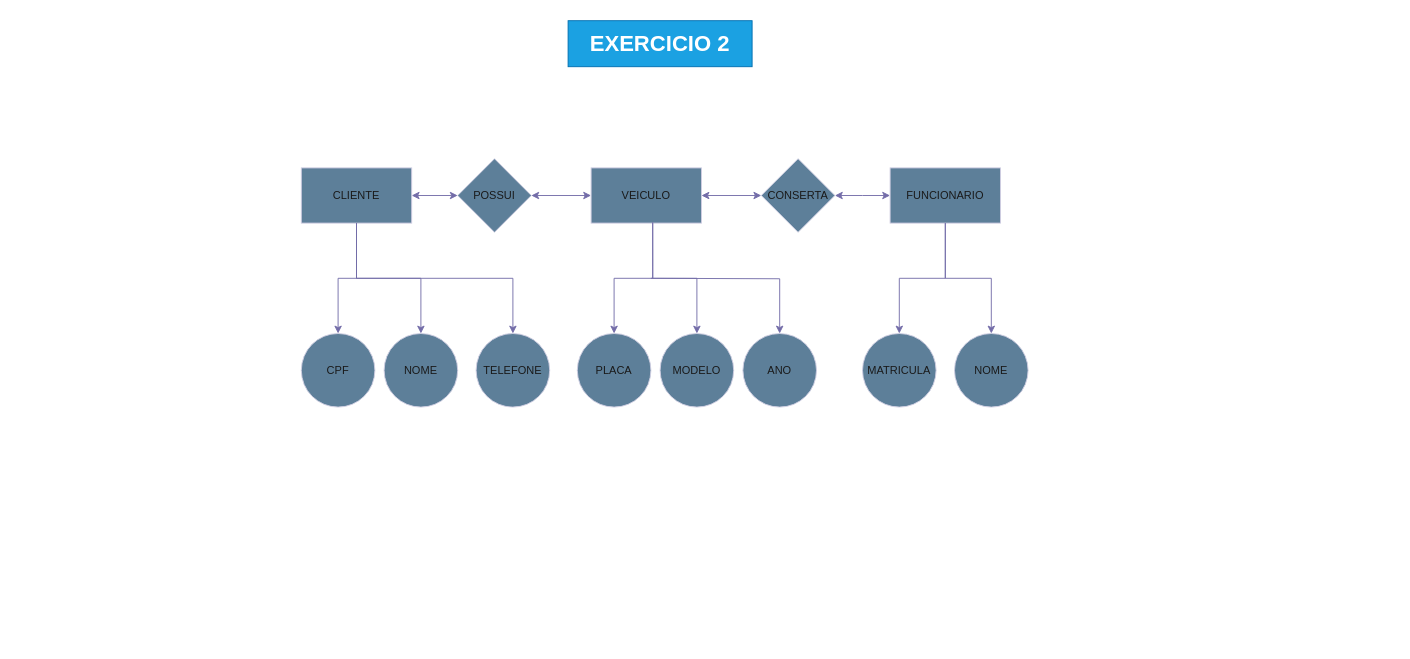
Before: ModelagemComDrawio/LOJA_DE_VEICULO.drawio in CesarAugustoNew/Administrador-banco-de-dados, a draw.io diagram. Source tidied: cells renumbered, new cells numbered last; positions are measured from the earlier drawing's top-left corner, leaving out a move shared by most shapes. Both pictures are drawn from the tidied source at 92%, with x=0, y=0 at pixel (301, 20).
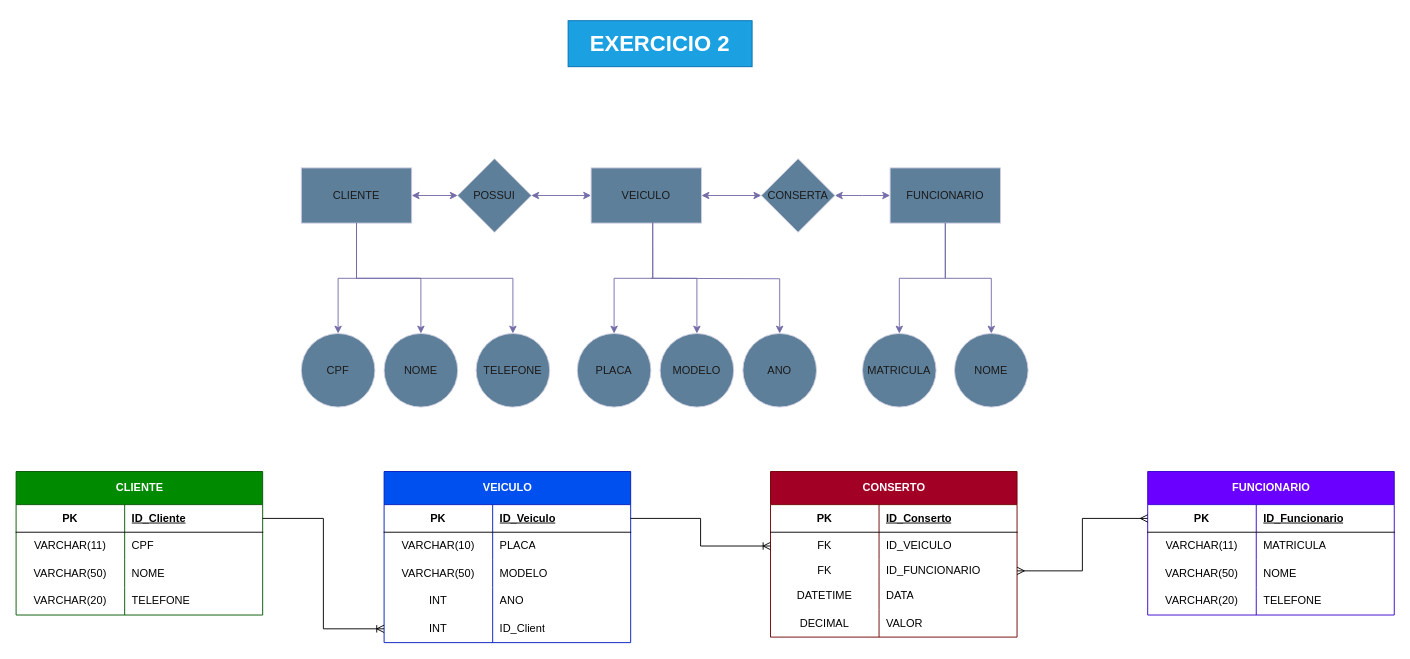
The same page after the edit.

Change to the diagram source:
```diff
@@
+    <mxCell id="28" value="CLIENTE" style="shape=table;startSize=36;childLayout=tableLayout;rowLines=0;fontStyle=1;align=center;html=1;fillColor=#008a00;fontColor=#ffffff;strokeColor=#005700;miterlimit=4;" parent="1" vertex="1">
+      <mxGeometry x="-310" y="490" width="268" height="156" as="geometry" />
+    </mxCell>
+    <mxCell id="29" style="shape=tableRow;horizontal=0;startSize=0;swimlaneHead=0;swimlaneBody=0;fillColor=none;points=[[0,0.5],[1,0.5]];portConstraint=eastwest;top=0;left=0;right=0;bottom=1;" parent="28" vertex="1">
+      <mxGeometry y="36" width="268" height="30" as="geometry" />
+    </mxCell>
+    <mxCell id="30" value="PK" style="shape=partialRectangle;fillColor=none;top=0;left=0;bottom=0;right=0;fontStyle=1;overflow=hidden;whiteSpace=wrap;html=1;" parent="29" vertex="1">
+      <mxGeometry width="118" height="30" as="geometry" />
+    </mxCell>
+    <mxCell id="31" value="ID_Cliente" style="shape=partialRectangle;fillColor=none;top=0;left=0;bottom=0;right=0;align=left;spacingLeft=6;fontStyle=5;overflow=hidden;whiteSpace=wrap;html=1;" parent="29" vertex="1">
+      <mxGeometry x="118" width="150" height="30" as="geometry" />
+    </mxCell>
+    <mxCell id="32" style="shape=tableRow;horizontal=0;startSize=0;swimlaneHead=0;swimlaneBody=0;fillColor=none;top=0;left=0;right=0;bottom=0;" parent="28" vertex="1">
+      <mxGeometry y="66" width="268" height="30" as="geometry" />
+    </mxCell>
+    <mxCell id="33" value="VARCHAR(11)" style="shape=partialRectangle;fillColor=none;top=0;left=0;bottom=0;right=0;overflow=hidden;whiteSpace=wrap;html=1;" parent="32" vertex="1">
+      <mxGeometry width="118" height="30" as="geometry" />
+    </mxCell>
+    <mxCell id="34" value="CPF" style="shape=partialRectangle;fillColor=none;top=0;left=0;bottom=0;right=0;align=left;spacingLeft=6;overflow=hidden;whiteSpace=wrap;html=1;" parent="32" vertex="1">
+      <mxGeometry x="118" width="150" height="30" as="geometry" />
+    </mxCell>
+    <mxCell id="35" style="shape=tableRow;horizontal=0;startSize=0;swimlaneHead=0;swimlaneBody=0;fillColor=none;top=0;left=0;right=0;bottom=0;" parent="28" vertex="1">
+      <mxGeometry y="96" width="268" height="30" as="geometry" />
+    </mxCell>
+    <mxCell id="36" value="VARCHAR(50)" style="shape=partialRectangle;fillColor=none;top=0;left=0;bottom=0;right=0;overflow=hidden;whiteSpace=wrap;html=1;" parent="35" vertex="1">
+      <mxGeometry width="118" height="30" as="geometry" />
+    </mxCell>
+    <mxCell id="37" value="NOME" style="shape=partialRectangle;fillColor=none;top=0;left=0;bottom=0;right=0;align=left;spacingLeft=6;overflow=hidden;whiteSpace=wrap;html=1;" parent="35" vertex="1">
+      <mxGeometry x="118" width="150" height="30" as="geometry" />
+    </mxCell>
+    <mxCell id="38" style="shape=tableRow;horizontal=0;startSize=0;swimlaneHead=0;swimlaneBody=0;fillColor=none;top=0;left=0;right=0;bottom=0;" parent="28" vertex="1">
+      <mxGeometry y="126" width="268" height="30" as="geometry" />
+    </mxCell>
+    <mxCell id="39" value="VARCHAR(20)" style="shape=partialRectangle;fillColor=none;top=0;left=0;bottom=0;right=0;overflow=hidden;whiteSpace=wrap;html=1;" parent="38" vertex="1">
+      <mxGeometry width="118" height="30" as="geometry" />
+    </mxCell>
+    <mxCell id="40" value="TELEFONE" style="shape=partialRectangle;fillColor=none;top=0;left=0;bottom=0;right=0;align=left;spacingLeft=6;overflow=hidden;whiteSpace=wrap;html=1;" parent="38" vertex="1">
+      <mxGeometry x="118" width="150" height="30" as="geometry" />
+    </mxCell>
+    <mxCell id="41" value="VEICULO" style="shape=table;startSize=36;childLayout=tableLayout;rowLines=0;fontStyle=1;align=center;html=1;fillColor=#0050ef;fontColor=#ffffff;strokeColor=#001DBC;miterlimit=4;" parent="1" vertex="1">
+      <mxGeometry x="90" y="490" width="268" height="186" as="geometry" />
+    </mxCell>
+    <mxCell id="42" style="shape=tableRow;horizontal=0;startSize=0;swimlaneHead=0;swimlaneBody=0;fillColor=none;points=[[0,0.5],[1,0.5]];portConstraint=eastwest;top=0;left=0;right=0;bottom=1;" parent="41" vertex="1">
+      <mxGeometry y="36" width="268" height="30" as="geometry" />
+    </mxCell>
+    <mxCell id="43" value="PK" style="shape=partialRectangle;fillColor=none;top=0;left=0;bottom=0;right=0;fontStyle=1;overflow=hidden;whiteSpace=wrap;html=1;" parent="42" vertex="1">
+      <mxGeometry width="118" height="30" as="geometry" />
+    </mxCell>
+    <mxCell id="44" value="ID_Veiculo" style="shape=partialRectangle;fillColor=none;top=0;left=0;bottom=0;right=0;align=left;spacingLeft=6;fontStyle=5;overflow=hidden;whiteSpace=wrap;html=1;" parent="42" vertex="1">
+      <mxGeometry x="118" width="150" height="30" as="geometry" />
+    </mxCell>
+    <mxCell id="45" style="shape=tableRow;horizontal=0;startSize=0;swimlaneHead=0;swimlaneBody=0;fillColor=none;top=0;left=0;right=0;bottom=0;" parent="41" vertex="1">
+      <mxGeometry y="66" width="268" height="30" as="geometry" />
+    </mxCell>
+    <mxCell id="46" value="VARCHAR(10)" style="shape=partialRectangle;fillColor=none;top=0;left=0;bottom=0;right=0;overflow=hidden;whiteSpace=wrap;html=1;" parent="45" vertex="1">
+      <mxGeometry width="118" height="30" as="geometry" />
+    </mxCell>
+    <mxCell id="47" value="PLACA" style="shape=partialRectangle;fillColor=none;top=0;left=0;bottom=0;right=0;align=left;spacingLeft=6;overflow=hidden;whiteSpace=wrap;html=1;" parent="45" vertex="1">
+      <mxGeometry x="118" width="150" height="30" as="geometry" />
+    </mxCell>
+    <mxCell id="48" style="shape=tableRow;horizontal=0;startSize=0;swimlaneHead=0;swimlaneBody=0;fillColor=none;top=0;left=0;right=0;bottom=0;" parent="41" vertex="1">
+      <mxGeometry y="96" width="268" height="30" as="geometry" />
+    </mxCell>
+    <mxCell id="49" value="VARCHAR(50)" style="shape=partialRectangle;fillColor=none;top=0;left=0;bottom=0;right=0;overflow=hidden;whiteSpace=wrap;html=1;" parent="48" vertex="1">
+      <mxGeometry width="118" height="30" as="geometry" />
+    </mxCell>
+    <mxCell id="50" value="MODELO" style="shape=partialRectangle;fillColor=none;top=0;left=0;bottom=0;right=0;align=left;spacingLeft=6;overflow=hidden;whiteSpace=wrap;html=1;" parent="48" vertex="1">
+      <mxGeometry x="118" width="150" height="30" as="geometry" />
+    </mxCell>
+    <mxCell id="51" style="shape=tableRow;horizontal=0;startSize=0;swimlaneHead=0;swimlaneBody=0;fillColor=none;top=0;left=0;right=0;bottom=0;" parent="41" vertex="1">
+      <mxGeometry y="126" width="268" height="30" as="geometry" />
+    </mxCell>
+    <mxCell id="52" value="INT" style="shape=partialRectangle;fillColor=none;top=0;left=0;bottom=0;right=0;overflow=hidden;whiteSpace=wrap;html=1;" parent="51" vertex="1">
+      <mxGeometry width="118" height="30" as="geometry" />
+    </mxCell>
+    <mxCell id="53" value="ANO" style="shape=partialRectangle;fillColor=none;top=0;left=0;bottom=0;right=0;align=left;spacingLeft=6;overflow=hidden;whiteSpace=wrap;html=1;" parent="51" vertex="1">
+      <mxGeometry x="118" width="150" height="30" as="geometry" />
+    </mxCell>
+    <mxCell id="54" style="shape=tableRow;horizontal=0;startSize=0;swimlaneHead=0;swimlaneBody=0;fillColor=none;points=[[0,0.5],[1,0.5]];portConstraint=eastwest;top=0;left=0;right=0;bottom=0;" parent="41" vertex="1">
+      <mxGeometry y="156" width="268" height="30" as="geometry" />
+    </mxCell>
+    <mxCell id="55" value="INT" style="shape=partialRectangle;fillColor=none;top=0;left=0;bottom=0;right=0;overflow=hidden;whiteSpace=wrap;html=1;" parent="54" vertex="1">
+      <mxGeometry width="118" height="30" as="geometry" />
+    </mxCell>
+    <mxCell id="56" value="ID_Client" style="shape=partialRectangle;fillColor=none;top=0;left=0;bottom=0;right=0;align=left;spacingLeft=6;overflow=hidden;whiteSpace=wrap;html=1;" parent="54" vertex="1">
+      <mxGeometry x="118" width="150" height="30" as="geometry" />
+    </mxCell>
+    <mxCell id="57" value="CONSERTO" style="shape=table;startSize=36;childLayout=tableLayout;rowLines=0;fontStyle=1;align=center;html=1;fillColor=#a20025;fontColor=#ffffff;strokeColor=#6F0000;miterlimit=4;" parent="1" vertex="1">
+      <mxGeometry x="510" y="490" width="268" height="180" as="geometry" />
+    </mxCell>
+    <mxCell id="58" style="shape=tableRow;horizontal=0;startSize=0;swimlaneHead=0;swimlaneBody=0;fillColor=none;top=0;left=0;right=0;bottom=1;" parent="57" vertex="1">
+      <mxGeometry y="36" width="268" height="30" as="geometry" />
+    </mxCell>
+    <mxCell id="59" value="PK" style="shape=partialRectangle;fillColor=none;top=0;left=0;bottom=0;right=0;fontStyle=1;overflow=hidden;whiteSpace=wrap;html=1;" parent="58" vertex="1">
+      <mxGeometry width="118" height="30" as="geometry" />
+    </mxCell>
+    <mxCell id="60" value="ID_Conserto" style="shape=partialRectangle;fillColor=none;top=0;left=0;bottom=0;right=0;align=left;spacingLeft=6;fontStyle=5;overflow=hidden;whiteSpace=wrap;html=1;" parent="58" vertex="1">
+      <mxGeometry x="118" width="150" height="30" as="geometry" />
+    </mxCell>
+    <mxCell id="61" style="shape=tableRow;horizontal=0;startSize=0;swimlaneHead=0;swimlaneBody=0;fillColor=none;points=[[0,0.5],[1,0.5]];portConstraint=eastwest;top=0;left=0;right=0;bottom=0;" parent="57" vertex="1">
+      <mxGeometry y="66" width="268" height="30" as="geometry" />
+    </mxCell>
+    <mxCell id="62" value="FK" style="shape=partialRectangle;fillColor=none;top=0;left=0;bottom=0;right=0;overflow=hidden;whiteSpace=wrap;html=1;" parent="61" vertex="1">
+      <mxGeometry width="118" height="30" as="geometry" />
+    </mxCell>
+    <mxCell id="63" value="ID_VEICULO" style="shape=partialRectangle;fillColor=none;top=0;left=0;bottom=0;right=0;align=left;spacingLeft=6;overflow=hidden;whiteSpace=wrap;html=1;" parent="61" vertex="1">
+      <mxGeometry x="118" width="150" height="30" as="geometry" />
+    </mxCell>
+    <mxCell id="64" style="shape=tableRow;horizontal=0;startSize=0;swimlaneHead=0;swimlaneBody=0;fillColor=none;points=[[0,0.5],[1,0.5]];portConstraint=eastwest;top=0;left=0;right=0;bottom=0;" parent="57" vertex="1">
+      <mxGeometry y="96" width="268" height="24" as="geometry" />
+    </mxCell>
+    <mxCell id="65" value="FK" style="shape=partialRectangle;fillColor=none;top=0;left=0;bottom=0;right=0;overflow=hidden;whiteSpace=wrap;html=1;" parent="64" vertex="1">
+      <mxGeometry width="118" height="24" as="geometry" />
+    </mxCell>
+    <mxCell id="66" value="ID_FUNCIONARIO" style="shape=partialRectangle;fillColor=none;top=0;left=0;bottom=0;right=0;align=left;spacingLeft=6;overflow=hidden;whiteSpace=wrap;html=1;" parent="64" vertex="1">
+      <mxGeometry x="118" width="150" height="24" as="geometry" />
+    </mxCell>
+    <mxCell id="67" style="shape=tableRow;horizontal=0;startSize=0;swimlaneHead=0;swimlaneBody=0;fillColor=none;top=0;left=0;right=0;bottom=0;" parent="57" vertex="1">
+      <mxGeometry y="120" width="268" height="30" as="geometry" />
+    </mxCell>
+    <mxCell id="68" value="DATETIME" style="shape=partialRectangle;fillColor=none;top=0;left=0;bottom=0;right=0;overflow=hidden;whiteSpace=wrap;html=1;" parent="67" vertex="1">
+      <mxGeometry width="118" height="30" as="geometry" />
+    </mxCell>
+    <mxCell id="69" value="DATA" style="shape=partialRectangle;fillColor=none;top=0;left=0;bottom=0;right=0;align=left;spacingLeft=6;overflow=hidden;whiteSpace=wrap;html=1;" parent="67" vertex="1">
+      <mxGeometry x="118" width="150" height="30" as="geometry" />
+    </mxCell>
+    <mxCell id="70" style="shape=tableRow;horizontal=0;startSize=0;swimlaneHead=0;swimlaneBody=0;fillColor=none;top=0;left=0;right=0;bottom=0;" parent="57" vertex="1">
+      <mxGeometry y="150" width="268" height="30" as="geometry" />
+    </mxCell>
+    <mxCell id="71" value="DECIMAL" style="shape=partialRectangle;fillColor=none;top=0;left=0;bottom=0;right=0;overflow=hidden;whiteSpace=wrap;html=1;" parent="70" vertex="1">
+      <mxGeometry width="118" height="30" as="geometry" />
+    </mxCell>
+    <mxCell id="72" value="VALOR" style="shape=partialRectangle;fillColor=none;top=0;left=0;bottom=0;right=0;align=left;spacingLeft=6;overflow=hidden;whiteSpace=wrap;html=1;" parent="70" vertex="1">
+      <mxGeometry x="118" width="150" height="30" as="geometry" />
+    </mxCell>
+    <mxCell id="73" value="FUNCIONARIO" style="shape=table;startSize=36;childLayout=tableLayout;rowLines=0;fontStyle=1;align=center;html=1;fillColor=#6a00ff;fontColor=#ffffff;strokeColor=#3700CC;miterlimit=4;" parent="1" vertex="1">
+      <mxGeometry x="920" y="490" width="268" height="156" as="geometry" />
+    </mxCell>
+    <mxCell id="74" style="shape=tableRow;horizontal=0;startSize=0;swimlaneHead=0;swimlaneBody=0;fillColor=none;points=[[0,0.5],[1,0.5]];portConstraint=eastwest;top=0;left=0;right=0;bottom=1;" parent="73" vertex="1">
+      <mxGeometry y="36" width="268" height="30" as="geometry" />
+    </mxCell>
+    <mxCell id="75" value="PK" style="shape=partialRectangle;fillColor=none;top=0;left=0;bottom=0;right=0;fontStyle=1;overflow=hidden;whiteSpace=wrap;html=1;" parent="74" vertex="1">
+      <mxGeometry width="118" height="30" as="geometry" />
+    </mxCell>
+    <mxCell id="76" value="ID_Funcionario" style="shape=partialRectangle;fillColor=none;top=0;left=0;bottom=0;right=0;align=left;spacingLeft=6;fontStyle=5;overflow=hidden;whiteSpace=wrap;html=1;" parent="74" vertex="1">
+      <mxGeometry x="118" width="150" height="30" as="geometry" />
+    </mxCell>
+    <mxCell id="77" style="shape=tableRow;horizontal=0;startSize=0;swimlaneHead=0;swimlaneBody=0;fillColor=none;top=0;left=0;right=0;bottom=0;" parent="73" vertex="1">
+      <mxGeometry y="66" width="268" height="30" as="geometry" />
+    </mxCell>
+    <mxCell id="78" value="VARCHAR(11)" style="shape=partialRectangle;fillColor=none;top=0;left=0;bottom=0;right=0;overflow=hidden;whiteSpace=wrap;html=1;" parent="77" vertex="1">
+      <mxGeometry width="118" height="30" as="geometry" />
+    </mxCell>
+    <mxCell id="79" value="MATRICULA" style="shape=partialRectangle;fillColor=none;top=0;left=0;bottom=0;right=0;align=left;spacingLeft=6;overflow=hidden;whiteSpace=wrap;html=1;" parent="77" vertex="1">
+      <mxGeometry x="118" width="150" height="30" as="geometry" />
+    </mxCell>
+    <mxCell id="80" style="shape=tableRow;horizontal=0;startSize=0;swimlaneHead=0;swimlaneBody=0;fillColor=none;top=0;left=0;right=0;bottom=0;" parent="73" vertex="1">
+      <mxGeometry y="96" width="268" height="30" as="geometry" />
+    </mxCell>
+    <mxCell id="81" value="VARCHAR(50)" style="shape=partialRectangle;fillColor=none;top=0;left=0;bottom=0;right=0;overflow=hidden;whiteSpace=wrap;html=1;" parent="80" vertex="1">
+      <mxGeometry width="118" height="30" as="geometry" />
+    </mxCell>
+    <mxCell id="82" value="NOME" style="shape=partialRectangle;fillColor=none;top=0;left=0;bottom=0;right=0;align=left;spacingLeft=6;overflow=hidden;whiteSpace=wrap;html=1;" parent="80" vertex="1">
+      <mxGeometry x="118" width="150" height="30" as="geometry" />
+    </mxCell>
+    <mxCell id="83" style="shape=tableRow;horizontal=0;startSize=0;swimlaneHead=0;swimlaneBody=0;fillColor=none;top=0;left=0;right=0;bottom=0;" parent="73" vertex="1">
+      <mxGeometry y="126" width="268" height="30" as="geometry" />
+    </mxCell>
+    <mxCell id="84" value="VARCHAR(20)" style="shape=partialRectangle;fillColor=none;top=0;left=0;bottom=0;right=0;overflow=hidden;whiteSpace=wrap;html=1;" parent="83" vertex="1">
+      <mxGeometry width="118" height="30" as="geometry" />
+    </mxCell>
+    <mxCell id="85" value="TELEFONE" style="shape=partialRectangle;fillColor=none;top=0;left=0;bottom=0;right=0;align=left;spacingLeft=6;overflow=hidden;whiteSpace=wrap;html=1;" parent="83" vertex="1">
+      <mxGeometry x="118" width="150" height="30" as="geometry" />
+    </mxCell>
+    <mxCell id="86" style="edgeStyle=orthogonalEdgeStyle;fontSize=12;html=1;endArrow=ERoneToMany;rounded=0;exitX=1;exitY=0.5;exitDx=0;exitDy=0;entryX=0;entryY=0.5;entryDx=0;entryDy=0;" parent="1" edge="1" source="29" target="54">
+      <mxGeometry relative="1" as="geometry" />
+    </mxCell>
+    <mxCell id="87" style="edgeStyle=orthogonalEdgeStyle;fontSize=12;html=1;endArrow=ERoneToMany;rounded=0;exitX=1;exitY=0.5;exitDx=0;exitDy=0;entryX=0;entryY=0.5;entryDx=0;entryDy=0;" parent="1" edge="1" source="42" target="61">
+      <mxGeometry relative="1" as="geometry" />
+    </mxCell>
+    <mxCell id="88" style="edgeStyle=orthogonalEdgeStyle;fontSize=12;html=1;endArrow=ERmany;startArrow=ERmany;rounded=0;exitX=1;exitY=0.5;exitDx=0;exitDy=0;entryX=0;entryY=0.5;entryDx=0;entryDy=0;" parent="1" edge="1" source="64" target="74">
+      <mxGeometry relative="1" as="geometry" />
+    </mxCell>
```
